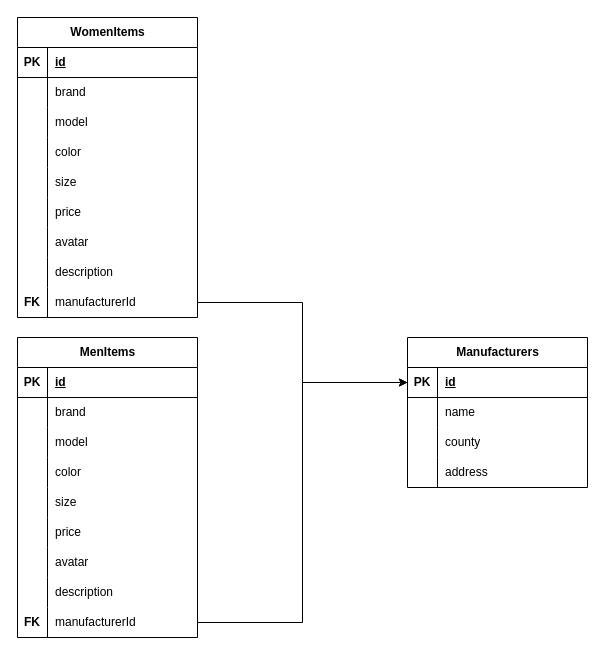
Before: ER.drawio in Daniil999o/ClothesShop, a draw.io diagram. Source tidied: cells renumbered, new cells numbered last; positions are measured from the earlier drawing's top-left corner, leaving out a move shared by most shapes. Both pictures are drawn from the tidied source at 100%, with x=0, y=0 at pixel (17, 17).
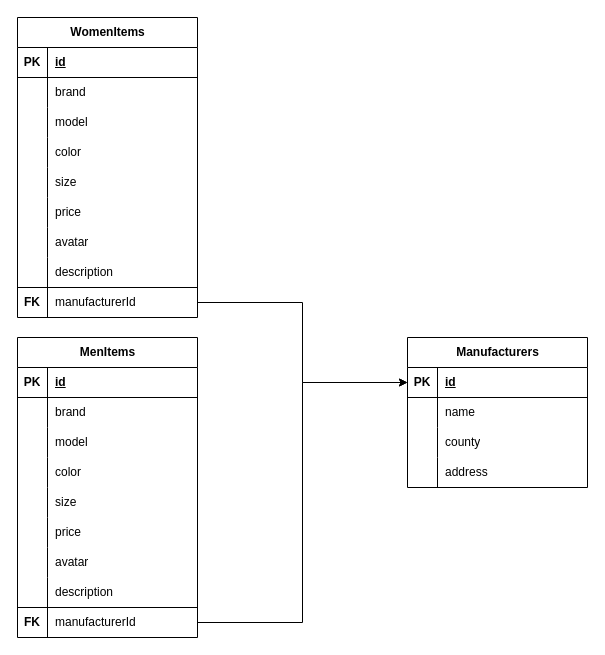
After the change.

The change refers to these unchanged cells:
```xml
<mxCell id="27" style="shape=tableRow;horizontal=0;startSize=0;swimlaneHead=0;swimlaneBody=0;fillColor=none;points=[[0,0.5],[1,0.5]];portConstraint=eastwest;top=0;left=0;right=0;bottom=0;" parent="2" vertex="1">
  <mxGeometry y="270" width="180" height="30" as="geometry" />
</mxCell>
<mxCell id="69" style="shape=tableRow;horizontal=0;startSize=0;swimlaneHead=0;swimlaneBody=0;fillColor=none;points=[[0,0.5],[1,0.5]];portConstraint=eastwest;top=0;left=0;right=0;bottom=0;" parent="44" vertex="1">
  <mxGeometry y="270" width="180" height="30" as="geometry" />
</mxCell>
```

What changed in the source:
```diff
@@
-    <mxCell id="28" value="&lt;b&gt;FK&lt;/b&gt;" style="shape=partialRectangle;fillColor=none;top=0;left=0;bottom=0;right=0;overflow=hidden;whiteSpace=wrap;html=1;" parent="27" vertex="1">
+    <mxCell id="28" value="&lt;b&gt;FK&lt;/b&gt;" style="shape=partialRectangle;fillColor=none;top=1;left=0;bottom=0;right=0;overflow=hidden;whiteSpace=wrap;html=1;" parent="27" vertex="1">
       <mxGeometry width="30" height="30" as="geometry" />
     </mxCell>
-    <mxCell id="29" value="&lt;div&gt;manufacturerId&lt;/div&gt;" style="shape=partialRectangle;fillColor=none;top=0;left=0;bottom=0;right=0;align=left;spacingLeft=6;overflow=hidden;whiteSpace=wrap;html=1;" parent="27" vertex="1">
+    <mxCell id="29" value="&lt;div&gt;manufacturerId&lt;/div&gt;" style="shape=partialRectangle;fillColor=none;top=1;left=0;bottom=0;right=0;align=left;spacingLeft=6;overflow=hidden;whiteSpace=wrap;html=1;" parent="27" vertex="1">
       <mxGeometry x="30" width="150" height="30" as="geometry" />
     </mxCell>
@@
-    <mxCell id="70" value="&lt;b&gt;FK&lt;/b&gt;" style="shape=partialRectangle;fillColor=none;top=0;left=0;bottom=0;right=0;overflow=hidden;whiteSpace=wrap;html=1;" parent="69" vertex="1">
+    <mxCell id="70" value="&lt;b&gt;FK&lt;/b&gt;" style="shape=partialRectangle;fillColor=none;top=1;left=0;bottom=0;right=0;overflow=hidden;whiteSpace=wrap;html=1;" parent="69" vertex="1">
       <mxGeometry width="30" height="30" as="geometry" />
     </mxCell>
-    <mxCell id="71" value="&lt;div&gt;manufacturerId&lt;/div&gt;" style="shape=partialRectangle;fillColor=none;top=0;left=0;bottom=0;right=0;align=left;spacingLeft=6;overflow=hidden;whiteSpace=wrap;html=1;" parent="69" vertex="1">
+    <mxCell id="71" value="&lt;div&gt;manufacturerId&lt;/div&gt;" style="shape=partialRectangle;fillColor=none;top=1;left=0;bottom=0;right=0;align=left;spacingLeft=6;overflow=hidden;whiteSpace=wrap;html=1;" parent="69" vertex="1">
       <mxGeometry x="30" width="150" height="30" as="geometry" />
     </mxCell>
```
